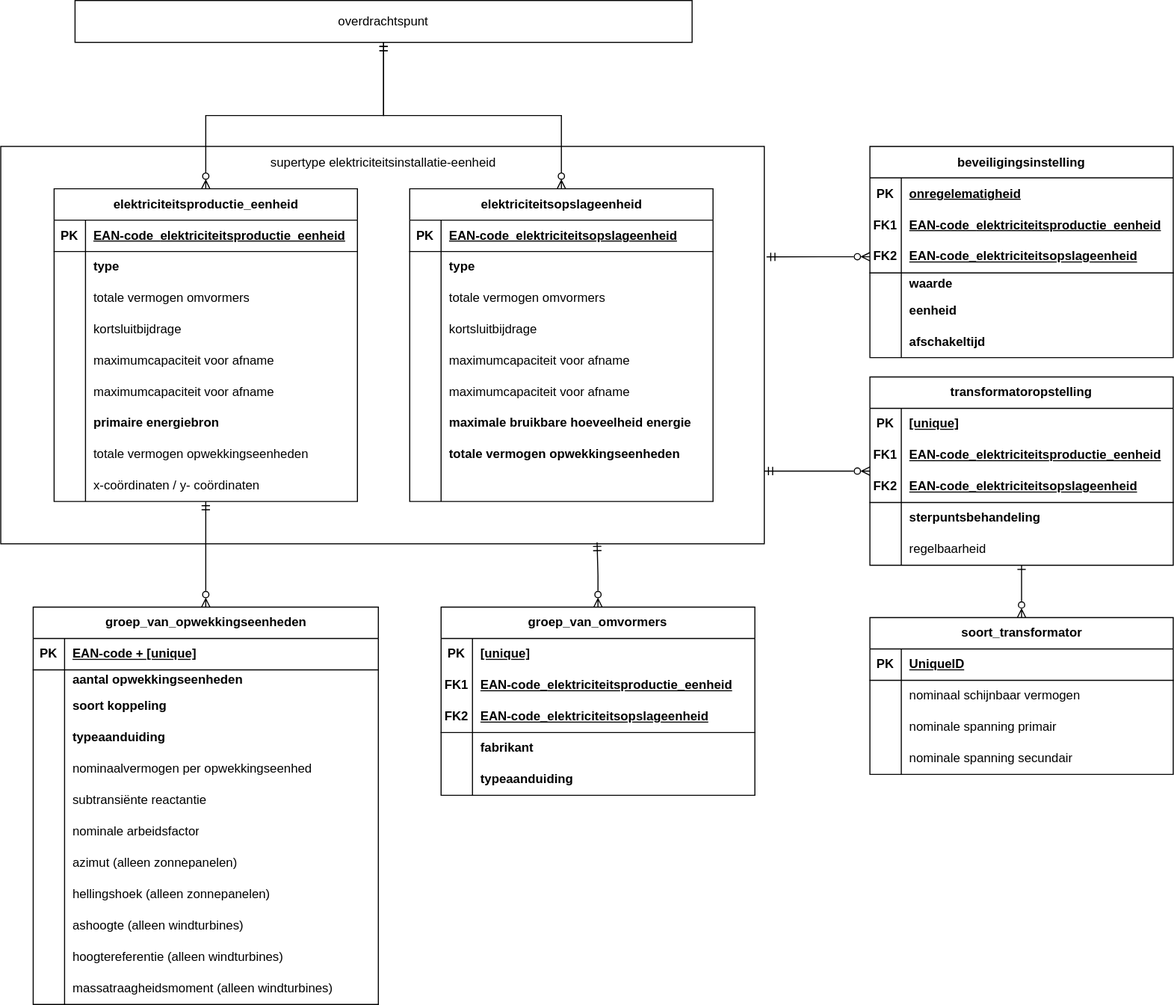
Earlier version of the draw.io export installatieregister_pub.drawio.svg (Jterveld/draw.io-modellen). Source tidied: cells renumbered, new cells last; positions are measured from the earlier drawing's top-left corner, leaving out a move shared by most shapes.
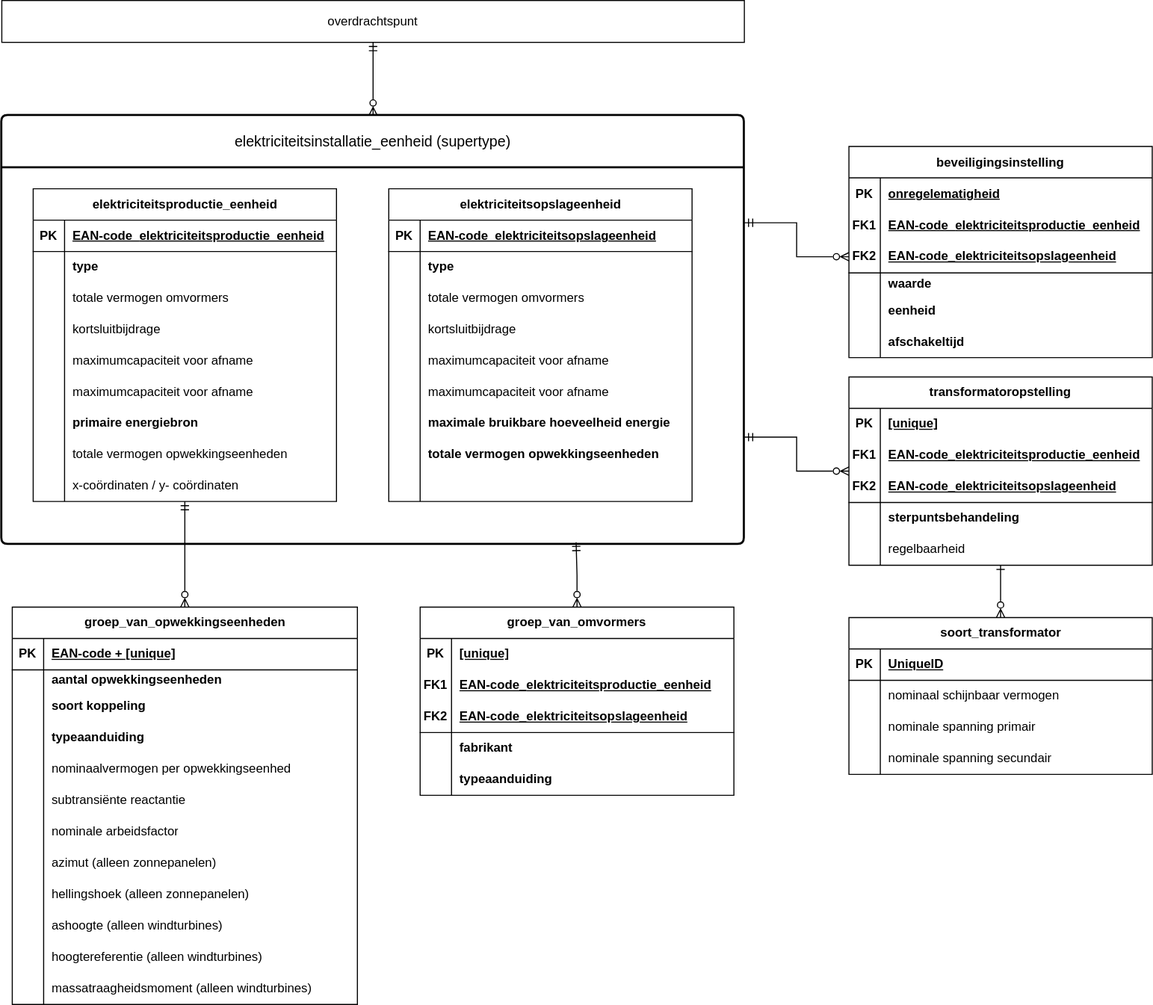
The same diagram one commit later.

What changed in the source:
```diff
@@ -2,9 +2,6 @@
   <root>
     <mxCell id="0" />
     <mxCell id="1" parent="0" />
-    <mxCell id="2" style="rounded=0;whiteSpace=wrap;html=1;" parent="1" vertex="1">
-      <mxGeometry y="139.5" width="730" height="380" as="geometry" />
-    </mxCell>
     <mxCell id="3" value="elektriciteitsproductie_eenheid" style="shape=table;startSize=30;rowLines=0;fontStyle=1;align=center;html=1;" parent="1" vertex="1">
       <mxGeometry x="51" y="180" width="290" height="299" as="geometry" />
     </mxCell>
@@ -287,18 +284,9 @@
     <mxCell id="96" value="massatraagheidsmoment&amp;nbsp;(alleen windturbines)" style="shape=partialRectangle;fillColor=none;top=0;left=0;bottom=0;right=0;align=left;spacingLeft=6;overflow=hidden;whiteSpace=wrap;html=1;" parent="94" vertex="1">
       <mxGeometry x="30" width="300" height="30" as="geometry" />
     </mxCell>
-    <mxCell id="97" style="edgeStyle=orthogonalEdgeStyle;rounded=0;jettySize=auto;html=1;entryX=0.5;entryY=0;entryDx=0;entryDy=0;startArrow=ERmandOne;startFill=0;endArrow=ERzeroToMany;endFill=0;" parent="1" edge="1" source="99" target="3">
-      <mxGeometry relative="1" as="geometry" />
-    </mxCell>
-    <mxCell id="98" style="edgeStyle=orthogonalEdgeStyle;rounded=0;jettySize=auto;html=1;startArrow=ERmandOne;startFill=0;endArrow=ERzeroToMany;endFill=0;" parent="1" edge="1" source="99" target="31">
-      <mxGeometry relative="1" as="geometry" />
-    </mxCell>
     <mxCell id="99" value="overdrachtspunt" style="whiteSpace=wrap;html=1;align=center;" parent="1" vertex="1">
-      <mxGeometry x="71" width="590" height="40" as="geometry" />
+      <mxGeometry x="21" width="710" height="40" as="geometry" />
     </mxCell>
-    <mxCell id="100" value="supertype elektriciteitsinstallatie-eenheid" style="text;html=1;whiteSpace=wrap;strokeColor=none;fillColor=none;align=center;verticalAlign=middle;rounded=0;" parent="1" vertex="1">
-      <mxGeometry x="241" y="139.5" width="250" height="30" as="geometry" />
-    </mxCell>
     <mxCell id="101" value="groep_van_omvormers" style="shape=table;startSize=30;rowLines=0;fontStyle=1;align=center;html=1;whiteSpace=wrap;" parent="1" vertex="1">
       <mxGeometry x="421" y="580" width="300" height="180" as="geometry" />
     </mxCell>
@@ -347,8 +335,10 @@
     <mxCell id="116" value="typeaanduiding" style="shape=partialRectangle;fillColor=none;top=0;left=0;bottom=0;right=0;align=left;spacingLeft=6;overflow=hidden;html=1;whiteSpace=wrap;fontStyle=1;" parent="114" vertex="1">
       <mxGeometry x="30" width="270" height="30" as="geometry" />
     </mxCell>
-    <mxCell id="117" style="edgeStyle=orthogonalEdgeStyle;rounded=0;jettySize=auto;html=1;entryX=0.781;entryY=0.996;entryDx=0;entryDy=0;entryPerimeter=0;endArrow=ERmandOne;endFill=0;startArrow=ERzeroToMany;startFill=0;" parent="1" edge="1" source="101" target="2">
-      <mxGeometry relative="1" as="geometry" />
+    <mxCell id="117" style="edgeStyle=orthogonalEdgeStyle;rounded=0;jettySize=auto;html=1;entryX=0.781;entryY=0.996;entryDx=0;entryDy=0;entryPerimeter=0;endArrow=ERmandOne;endFill=0;startArrow=ERzeroToMany;startFill=0;" parent="1" edge="1" source="101">
+      <mxGeometry relative="1" as="geometry">
+        <mxPoint x="570.1" y="518" as="targetPoint" />
+      </mxGeometry>
     </mxCell>
     <mxCell id="118" value="beveiligingsinstelling" style="shape=table;startSize=30;rowLines=0;fontStyle=1;align=center;html=1;whiteSpace=wrap;" parent="1" vertex="1">
       <mxGeometry x="831" y="139.5" width="290" height="202" as="geometry" />
@@ -497,11 +487,17 @@
     <mxCell id="166" value="nominale spanning secundair" style="shape=partialRectangle;fillColor=none;top=0;left=0;bottom=0;right=0;align=left;spacingLeft=6;overflow=hidden;whiteSpace=wrap;html=1;" parent="164" vertex="1">
       <mxGeometry x="30" width="260" height="30" as="geometry" />
     </mxCell>
-    <mxCell id="167" style="edgeStyle=orthogonalEdgeStyle;rounded=0;jettySize=auto;html=1;entryX=1.003;entryY=0.278;entryDx=0;entryDy=0;entryPerimeter=0;endArrow=ERmandOne;endFill=0;startArrow=ERzeroToMany;startFill=0;" parent="1" edge="1" source="125" target="2">
+    <mxCell id="167" style="edgeStyle=orthogonalEdgeStyle;rounded=0;jettySize=auto;html=1;entryX=1;entryY=0.25;entryDx=0;entryDy=0;endArrow=ERmandOne;endFill=0;startArrow=ERzeroToMany;startFill=0;" parent="1" edge="1" source="125" target="170">
       <mxGeometry relative="1" as="geometry" />
     </mxCell>
-    <mxCell id="168" style="edgeStyle=orthogonalEdgeStyle;rounded=0;jettySize=auto;html=1;entryX=1;entryY=0.817;entryDx=0;entryDy=0;entryPerimeter=0;endArrow=ERmandOne;endFill=0;startArrow=ERzeroToMany;startFill=0;" parent="1" edge="1" source="138" target="2">
+    <mxCell id="168" style="edgeStyle=orthogonalEdgeStyle;rounded=0;jettySize=auto;html=1;endArrow=ERmandOne;endFill=0;startArrow=ERzeroToMany;startFill=0;entryX=1;entryY=0.75;entryDx=0;entryDy=0;" parent="1" edge="1" source="138" target="170">
       <mxGeometry relative="1" as="geometry" />
     </mxCell>
+    <mxCell id="169" style="edgeStyle=orthogonalEdgeStyle;rounded=0;jettySize=auto;html=1;endArrow=ERmandOne;endFill=0;startArrow=ERzeroToMany;startFill=0;" parent="1" edge="1" source="170" target="99">
+      <mxGeometry relative="1" as="geometry" />
+    </mxCell>
+    <mxCell id="170" value="elektriciteitsinstallatie_eenheid (supertype)" style="swimlane;horizontal=1;startSize=50;rounded=1;fontSize=14;fontStyle=0;strokeWidth=2;shadow=0;dashed=0;align=center;arcSize=4;whiteSpace=wrap;html=1;" parent="1" vertex="1">
+      <mxGeometry x="21" y="110" width="710" height="410" as="geometry" />
+    </mxCell>
   </root>
 </mxGraphModel>
```
